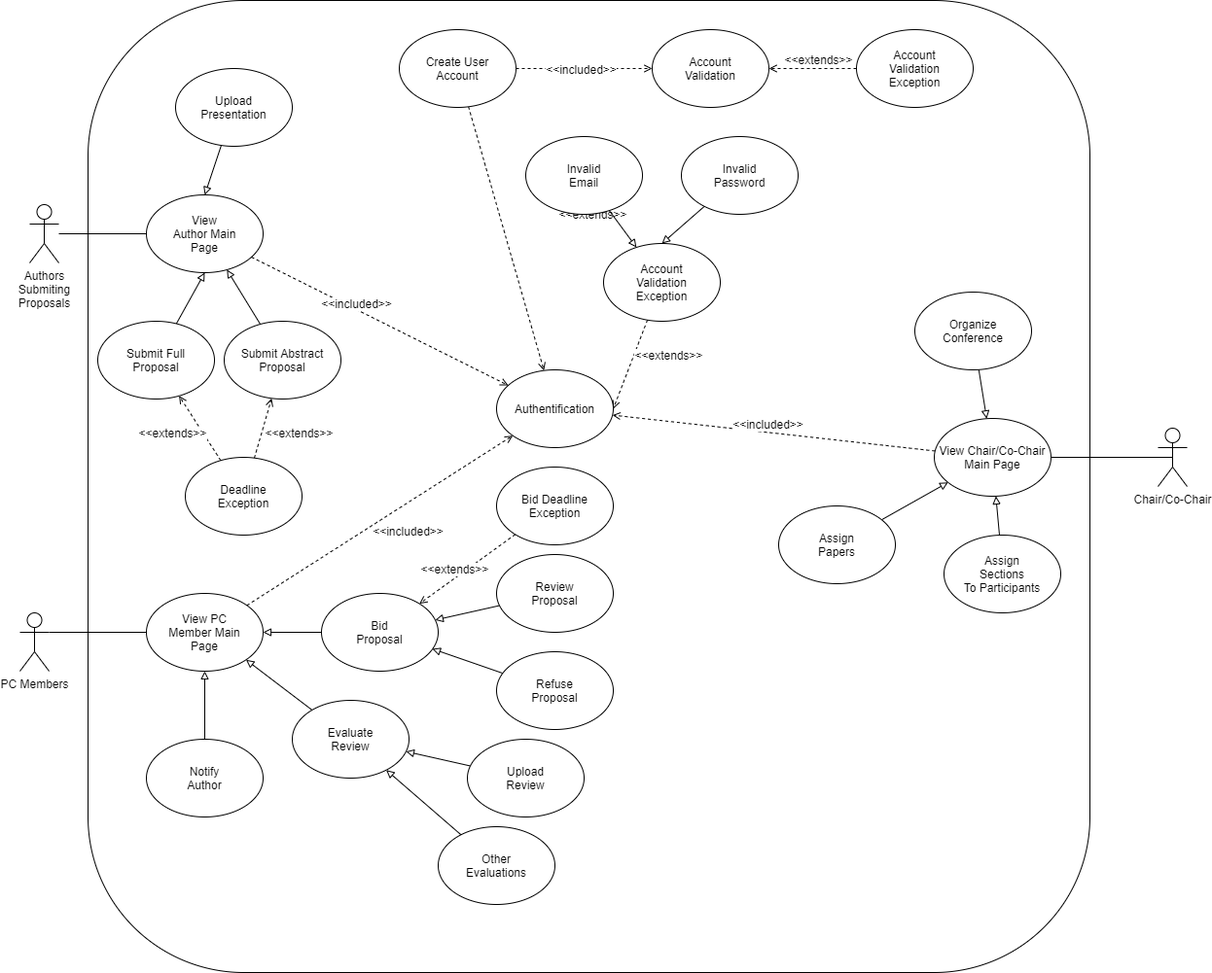
Before: doc/Diagrams/UseCasesDiagram/UseCasesDiagram.png, a diagram exported from draw.io (condoran/Ciobanii-si-Oile). Source tidied: cells renumbered, new cells last; positions are measured from the earlier drawing's top-left corner, leaving out a move shared by most shapes.
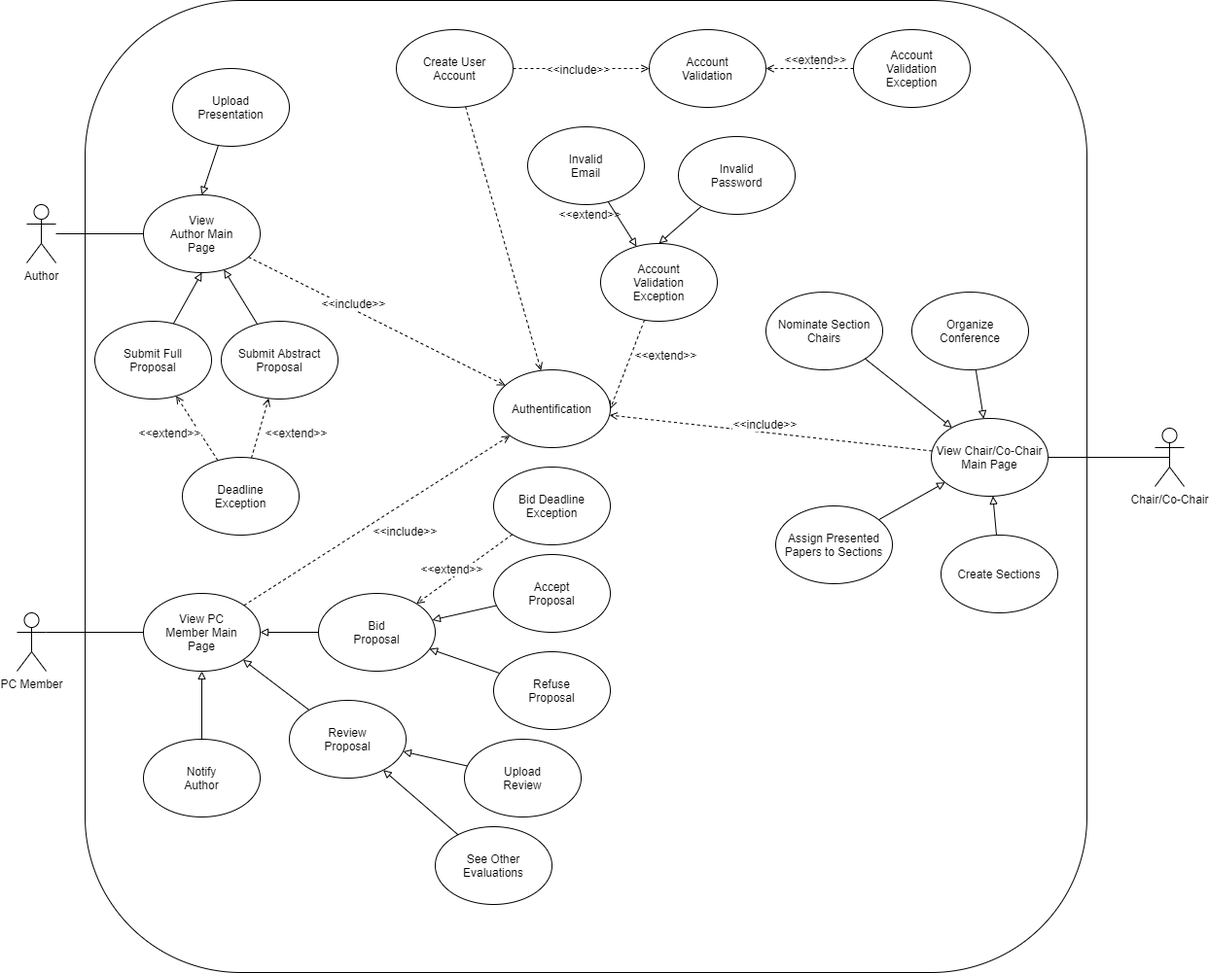
Above is the later version.

The edit, as a diff of the source:
```diff
@@ -2,10 +2,10 @@
   <root>
     <mxCell id="0" />
     <mxCell id="1" parent="0" />
-    <mxCell id="2" value="Authors&lt;br&gt;Submiting&lt;br&gt;Proposals" style="shape=umlActor;verticalLabelPosition=bottom;labelBackgroundColor=#ffffff;verticalAlign=top;html=1;outlineConnect=0;" parent="1" vertex="1">
+    <mxCell id="2" value="Author" style="shape=umlActor;verticalLabelPosition=bottom;labelBackgroundColor=#ffffff;verticalAlign=top;html=1;outlineConnect=0;" parent="1" vertex="1">
       <mxGeometry x="10" y="210" width="30" height="60" as="geometry" />
     </mxCell>
-    <mxCell id="3" value="PC Members&lt;br&gt;" style="shape=umlActor;verticalLabelPosition=bottom;labelBackgroundColor=#ffffff;verticalAlign=top;html=1;outlineConnect=0;" parent="1" vertex="1">
+    <mxCell id="3" value="PC Member" style="shape=umlActor;verticalLabelPosition=bottom;labelBackgroundColor=#ffffff;verticalAlign=top;html=1;outlineConnect=0;" parent="1" vertex="1">
       <mxGeometry y="630" width="30" height="60" as="geometry" />
     </mxCell>
     <mxCell id="4" style="rounded=1;whiteSpace=wrap;html=1;arcSize=16;" parent="1" vertex="1">
@@ -14,7 +14,7 @@
     <mxCell id="5" style="rounded=0;jettySize=auto;html=1;dashed=1;endArrow=open;endFill=0;strokeColor=#000000;" parent="1" edge="1" source="7" target="15">
       <mxGeometry relative="1" as="geometry" />
     </mxCell>
-    <mxCell id="6" value="&amp;lt;&amp;lt;extends&amp;gt;&amp;gt;" style="text;html=1;align=center;verticalAlign=middle;labelBackgroundColor=#ffffff;rotation=0;" parent="5" vertex="1">
+    <mxCell id="6" value="&amp;lt;&amp;lt;extend&amp;gt;&amp;gt;" style="text;html=1;align=center;verticalAlign=middle;labelBackgroundColor=#ffffff;rotation=0;" parent="5" vertex="1">
       <mxGeometry x="-0.8" y="12" relative="1" as="geometry">
         <mxPoint x="108.3" y="87" as="offset" />
       </mxGeometry>
@@ -28,7 +28,7 @@
     <mxCell id="9" style="endArrow=open;html=1;entryX=0;entryY=0.5;entryDx=0;entryDy=0;exitX=1;exitY=0.5;exitDx=0;exitDy=0;strokeColor=#000000;rounded=1;dashed=1;endFill=0;" parent="1" edge="1" source="7" target="8">
       <mxGeometry relative="1" as="geometry" />
     </mxCell>
-    <mxCell id="10" value="&amp;lt;&amp;lt;included&amp;gt;&amp;gt;" style="text;html=1;align=center;verticalAlign=middle;labelBackgroundColor=#ffffff;" parent="9" vertex="1">
+    <mxCell id="10" value="&amp;lt;&amp;lt;include&amp;gt;&amp;gt;" style="text;html=1;align=center;verticalAlign=middle;labelBackgroundColor=#ffffff;" parent="9" vertex="1">
       <mxGeometry x="0.22" relative="1" as="geometry">
         <mxPoint x="-19" as="offset" />
       </mxGeometry>
@@ -36,7 +36,7 @@
     <mxCell id="11" style="rounded=0;jettySize=auto;html=1;dashed=1;endArrow=open;endFill=0;strokeColor=#000000;" parent="1" edge="1" source="13" target="15">
       <mxGeometry relative="1" as="geometry" />
     </mxCell>
-    <mxCell id="12" value="&amp;lt;&amp;lt;included&amp;gt;&amp;gt;" style="text;html=1;align=center;verticalAlign=middle;labelBackgroundColor=#ffffff;" parent="11" vertex="1">
+    <mxCell id="12" value="&amp;lt;&amp;lt;include&amp;gt;&amp;gt;" style="text;html=1;align=center;verticalAlign=middle;labelBackgroundColor=#ffffff;" parent="11" vertex="1">
       <mxGeometry x="-0.4" y="-2" relative="1" as="geometry">
         <mxPoint x="28.4" y="5.7" as="offset" />
       </mxGeometry>
@@ -53,7 +53,7 @@
     <mxCell id="16" style="edgeStyle=none;rounded=0;jettySize=auto;html=1;dashed=1;endArrow=open;endFill=0;strokeColor=#000000;" parent="1" edge="1" source="18" target="8">
       <mxGeometry relative="1" as="geometry" />
     </mxCell>
-    <mxCell id="17" value="&amp;lt;&amp;lt;extends&amp;gt;&amp;gt;" style="text;html=1;align=center;verticalAlign=middle;labelBackgroundColor=#ffffff;" parent="16" vertex="1">
+    <mxCell id="17" value="&amp;lt;&amp;lt;extend&amp;gt;&amp;gt;" style="text;html=1;align=center;verticalAlign=middle;labelBackgroundColor=#ffffff;" parent="16" vertex="1">
       <mxGeometry x="0.24" y="-4" relative="1" as="geometry">
         <mxPoint x="16" y="-6" as="offset" />
       </mxGeometry>
@@ -71,7 +71,7 @@
       <mxGeometry relative="1" as="geometry" />
     </mxCell>
     <mxCell id="22" value="Invalid&lt;br&gt;Email" style="ellipse;whiteSpace=wrap;html=1;" parent="1" vertex="1">
-      <mxGeometry x="520" y="140" width="120" height="80" as="geometry" />
+      <mxGeometry x="525" y="130" width="120" height="80" as="geometry" />
     </mxCell>
     <mxCell id="23" style="edgeStyle=none;rounded=0;jettySize=auto;html=1;entryX=0.5;entryY=0;entryDx=0;entryDy=0;endArrow=block;endFill=0;strokeColor=#000000;" parent="1" edge="1" source="24" target="20">
       <mxGeometry relative="1" as="geometry" />
@@ -79,7 +79,7 @@
     <mxCell id="24" value="Invalid&lt;br&gt;Password" style="ellipse;whiteSpace=wrap;html=1;" parent="1" vertex="1">
       <mxGeometry x="680" y="140" width="120" height="80" as="geometry" />
     </mxCell>
-    <mxCell id="25" value="&amp;lt;&amp;lt;extends&amp;gt;&amp;gt;" style="text;html=1;align=center;verticalAlign=middle;labelBackgroundColor=#ffffff;" parent="1" vertex="1">
+    <mxCell id="25" value="&amp;lt;&amp;lt;extend&amp;gt;&amp;gt;" style="text;html=1;align=center;verticalAlign=middle;labelBackgroundColor=#ffffff;" parent="1" vertex="1">
       <mxGeometry x="650" y="370" as="geometry">
         <mxPoint x="16" y="-6" as="offset" />
       </mxGeometry>
@@ -99,7 +99,7 @@
     <mxCell id="30" value="Deadline&lt;br&gt;Exception" style="ellipse;whiteSpace=wrap;html=1;" parent="1" vertex="1">
       <mxGeometry x="170" y="470" width="120" height="80" as="geometry" />
     </mxCell>
-    <mxCell id="31" value="&amp;lt;&amp;lt;extends&amp;gt;&amp;gt;" style="text;html=1;align=center;verticalAlign=middle;labelBackgroundColor=#ffffff;" parent="1" vertex="1">
+    <mxCell id="31" value="&amp;lt;&amp;lt;extend&amp;gt;&amp;gt;" style="text;html=1;align=center;verticalAlign=middle;labelBackgroundColor=#ffffff;" parent="1" vertex="1">
       <mxGeometry x="270" y="450" as="geometry">
         <mxPoint x="16" y="-6" as="offset" />
       </mxGeometry>
@@ -110,7 +110,7 @@
     <mxCell id="33" value="Submit Full&lt;br&gt;Proposal" style="ellipse;whiteSpace=wrap;html=1;" parent="1" vertex="1">
       <mxGeometry x="80" y="330" width="120" height="80" as="geometry" />
     </mxCell>
-    <mxCell id="34" value="&amp;lt;&amp;lt;extends&amp;gt;&amp;gt;" style="text;html=1;align=center;verticalAlign=middle;labelBackgroundColor=#ffffff;" parent="1" vertex="1">
+    <mxCell id="34" value="&amp;lt;&amp;lt;extend&amp;gt;&amp;gt;" style="text;html=1;align=center;verticalAlign=middle;labelBackgroundColor=#ffffff;" parent="1" vertex="1">
       <mxGeometry x="140" y="450" as="geometry">
         <mxPoint x="16" y="-6" as="offset" />
       </mxGeometry>
@@ -124,7 +124,7 @@
     <mxCell id="37" value="View PC&lt;br&gt;Member Main&lt;br&gt;Page" style="ellipse;whiteSpace=wrap;html=1;" parent="1" vertex="1">
       <mxGeometry x="130" y="610" width="120" height="80" as="geometry" />
     </mxCell>
-    <mxCell id="38" value="&amp;lt;&amp;lt;included&amp;gt;&amp;gt;" style="text;html=1;align=center;verticalAlign=middle;labelBackgroundColor=#ffffff;" parent="1" vertex="1">
+    <mxCell id="38" value="&amp;lt;&amp;lt;include&amp;gt;&amp;gt;" style="text;html=1;align=center;verticalAlign=middle;labelBackgroundColor=#ffffff;" parent="1" vertex="1">
       <mxGeometry x="370" y="540" as="geometry">
         <mxPoint x="28.4" y="5.7" as="offset" />
       </mxGeometry>
@@ -138,7 +138,7 @@
     <mxCell id="41" style="edgeStyle=none;rounded=0;jettySize=auto;html=1;endArrow=block;endFill=0;strokeColor=#000000;" parent="1" edge="1" source="42" target="40">
       <mxGeometry relative="1" as="geometry" />
     </mxCell>
-    <mxCell id="42" value="Review&lt;br&gt;Proposal" style="ellipse;whiteSpace=wrap;html=1;" parent="1" vertex="1">
+    <mxCell id="42" value="Accept&lt;br&gt;Proposal" style="ellipse;whiteSpace=wrap;html=1;" parent="1" vertex="1">
       <mxGeometry x="490" y="570" width="120" height="80" as="geometry" />
     </mxCell>
     <mxCell id="43" style="edgeStyle=none;rounded=0;jettySize=auto;html=1;entryX=0.95;entryY=0.713;entryDx=0;entryDy=0;entryPerimeter=0;endArrow=block;endFill=0;strokeColor=#000000;" parent="1" edge="1" source="44" target="40">
@@ -150,7 +150,7 @@
     <mxCell id="45" style="edgeStyle=none;rounded=0;jettySize=auto;html=1;entryX=1;entryY=1;entryDx=0;entryDy=0;endArrow=block;endFill=0;strokeColor=#000000;" parent="1" edge="1" source="46" target="37">
       <mxGeometry relative="1" as="geometry" />
     </mxCell>
-    <mxCell id="46" value="Evaluate&lt;br&gt;Review" style="ellipse;whiteSpace=wrap;html=1;" parent="1" vertex="1">
+    <mxCell id="46" value="Review&lt;br&gt;Proposal" style="ellipse;whiteSpace=wrap;html=1;" parent="1" vertex="1">
       <mxGeometry x="280" y="720" width="120" height="80" as="geometry" />
     </mxCell>
     <mxCell id="47" style="edgeStyle=none;rounded=0;jettySize=auto;html=1;entryX=0.5;entryY=1;entryDx=0;entryDy=0;endArrow=block;endFill=0;strokeColor=#000000;" parent="1" edge="1" source="48" target="37">
@@ -168,7 +168,7 @@
     <mxCell id="51" style="edgeStyle=none;rounded=0;jettySize=auto;html=1;endArrow=block;endFill=0;strokeColor=#000000;" parent="1" edge="1" source="52" target="46">
       <mxGeometry relative="1" as="geometry" />
     </mxCell>
-    <mxCell id="52" value="Other&lt;br&gt;Evaluations" style="ellipse;whiteSpace=wrap;html=1;" parent="1" vertex="1">
+    <mxCell id="52" value="See Other&lt;br&gt;Evaluations" style="ellipse;whiteSpace=wrap;html=1;" parent="1" vertex="1">
       <mxGeometry x="430" y="850" width="120" height="80" as="geometry" />
     </mxCell>
     <mxCell id="53" style="edgeStyle=none;rounded=0;jettySize=auto;html=1;endArrow=open;endFill=0;strokeColor=#000000;dashed=1;" parent="1" edge="1" source="54" target="40">
@@ -177,7 +177,7 @@
     <mxCell id="54" value="Bid Deadline&lt;br&gt;Exception" style="ellipse;whiteSpace=wrap;html=1;" parent="1" vertex="1">
       <mxGeometry x="490" y="480" width="120" height="80" as="geometry" />
     </mxCell>
-    <mxCell id="55" value="&amp;lt;&amp;lt;extends&amp;gt;&amp;gt;" style="text;html=1;align=center;verticalAlign=middle;labelBackgroundColor=#ffffff;" parent="1" vertex="1">
+    <mxCell id="55" value="&amp;lt;&amp;lt;extend&amp;gt;&amp;gt;" style="text;html=1;align=center;verticalAlign=middle;labelBackgroundColor=#ffffff;" parent="1" vertex="1">
       <mxGeometry x="430" y="590" as="geometry">
         <mxPoint x="16" y="-6" as="offset" />
       </mxGeometry>
@@ -194,7 +194,7 @@
     <mxCell id="59" value="View Chair/Co-Chair&lt;br&gt;Main Page" style="ellipse;whiteSpace=wrap;html=1;" parent="1" vertex="1">
       <mxGeometry x="940" y="430" width="120" height="80" as="geometry" />
     </mxCell>
-    <mxCell id="60" value="&amp;lt;&amp;lt;included&amp;gt;&amp;gt;" style="text;html=1;align=center;verticalAlign=middle;labelBackgroundColor=#ffffff;" parent="1" vertex="1">
+    <mxCell id="60" value="&amp;lt;&amp;lt;include&amp;gt;&amp;gt;" style="text;html=1;align=center;verticalAlign=middle;labelBackgroundColor=#ffffff;" parent="1" vertex="1">
       <mxGeometry x="740" y="430" as="geometry">
         <mxPoint x="28.4" y="5.7" as="offset" />
       </mxGeometry>
@@ -202,7 +202,7 @@
     <mxCell id="61" style="edgeStyle=none;rounded=0;jettySize=auto;html=1;endArrow=block;endFill=0;strokeColor=#000000;" parent="1" edge="1" source="62" target="59">
       <mxGeometry relative="1" as="geometry" />
     </mxCell>
-    <mxCell id="62" value="Assign&lt;br&gt;Papers" style="ellipse;whiteSpace=wrap;html=1;" parent="1" vertex="1">
+    <mxCell id="62" value="Assign Presented&lt;br&gt;Papers to Sections" style="ellipse;whiteSpace=wrap;html=1;" parent="1" vertex="1">
       <mxGeometry x="780" y="520" width="120" height="80" as="geometry" />
     </mxCell>
     <mxCell id="63" style="edgeStyle=none;rounded=0;jettySize=auto;html=1;entryX=0.5;entryY=0;entryDx=0;entryDy=0;endArrow=block;endFill=0;strokeColor=#000000;" parent="1" edge="1" source="64" target="13">
@@ -214,7 +214,7 @@
     <mxCell id="65" style="edgeStyle=none;rounded=0;jettySize=auto;html=1;endArrow=block;endFill=0;strokeColor=#000000;" parent="1" edge="1" source="66" target="59">
       <mxGeometry relative="1" as="geometry" />
     </mxCell>
-    <mxCell id="66" value="Assign&lt;br&gt;Sections&lt;br&gt;To Participants" style="ellipse;whiteSpace=wrap;html=1;" parent="1" vertex="1">
+    <mxCell id="66" value="Create Sections&lt;br&gt;" style="ellipse;whiteSpace=wrap;html=1;" parent="1" vertex="1">
       <mxGeometry x="950" y="550" width="120" height="80" as="geometry" />
     </mxCell>
     <mxCell id="67" style="edgeStyle=none;rounded=0;jettySize=auto;html=1;endArrow=block;endFill=0;strokeColor=#000000;" parent="1" edge="1" source="68" target="59">
@@ -223,5 +223,13 @@
     <mxCell id="68" value="Organize&lt;br&gt;Conference" style="ellipse;whiteSpace=wrap;html=1;" parent="1" vertex="1">
       <mxGeometry x="920" y="300" width="120" height="80" as="geometry" />
     </mxCell>
+    <mxCell id="69" value="Nominate Section&lt;br&gt;Chairs" style="ellipse;whiteSpace=wrap;html=1;" parent="1" vertex="1">
+      <mxGeometry x="770" y="300" width="120" height="80" as="geometry" />
+    </mxCell>
+    <mxCell id="70" style="edgeStyle=none;rounded=0;jettySize=auto;html=1;endArrow=block;endFill=0;strokeColor=#000000;" parent="1" edge="1" target="59">
+      <mxGeometry relative="1" as="geometry">
+        <mxPoint x="871.8" y="368.4" as="sourcePoint" />
+      </mxGeometry>
+    </mxCell>
   </root>
 </mxGraphModel>
```
